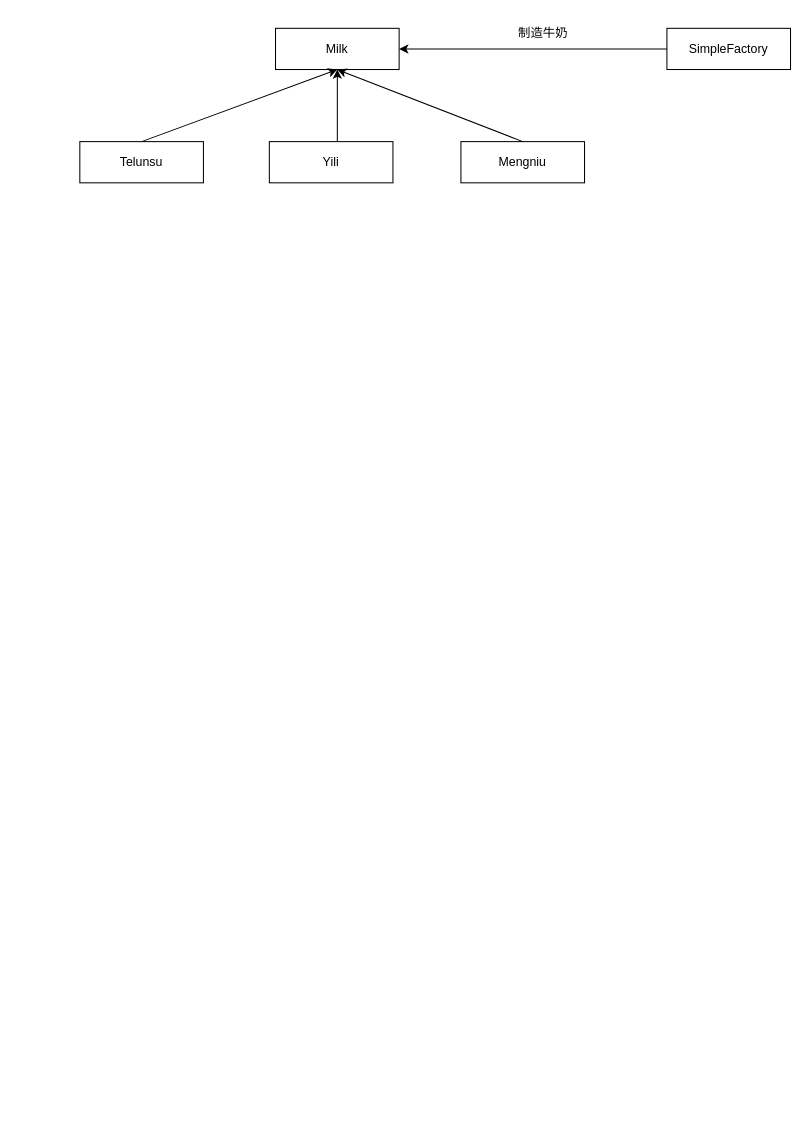
Earlier version of the draw.io diagram pattern/SingleFactory.drawio (CoralHu/java-edu-diagram). Source tidied: cells renumbered, new cells numbered last; positions are measured from the earlier drawing's top-left corner, leaving out a move shared by most shapes. Both pictures are drawn from the tidied source at 103%, with x=0, y=0 at pixel (79, 18).
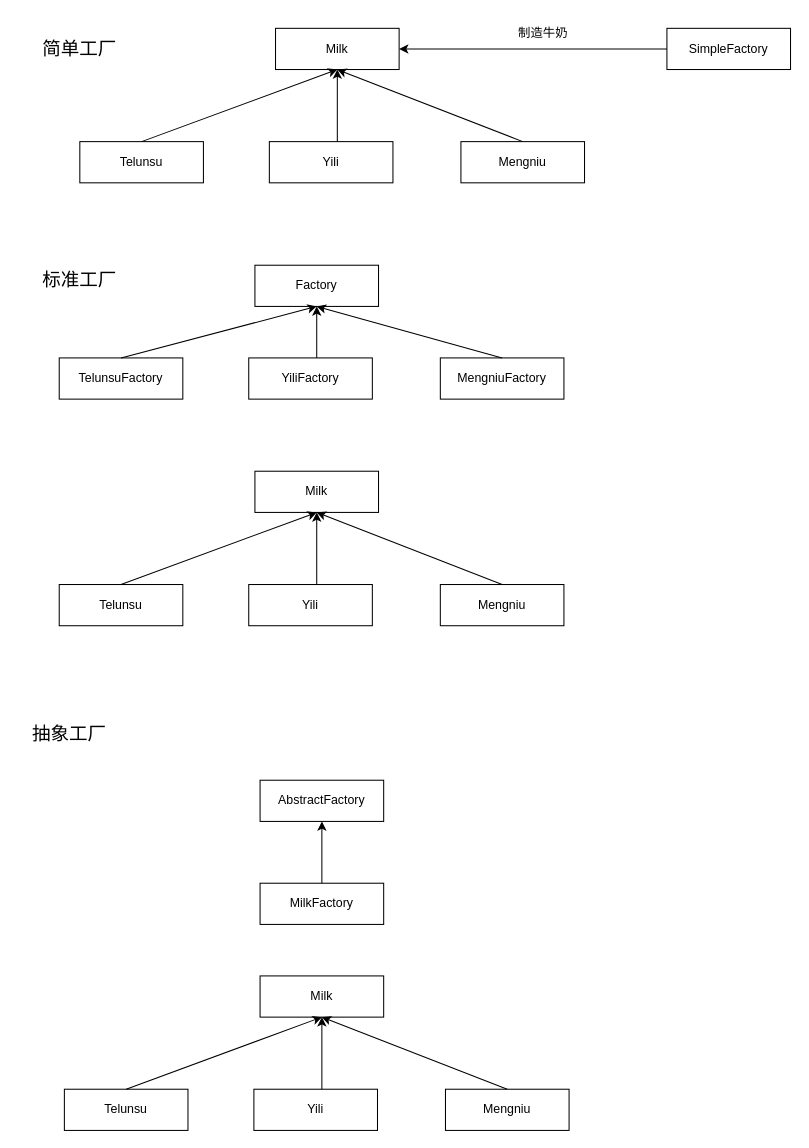
The same page after the edit.

What changed in the source:
```diff
@@
+    <mxCell id="12" value="TelunsuFactory" style="rounded=0;whiteSpace=wrap;html=1;" parent="1" vertex="1">
+      <mxGeometry x="-20" y="330" width="120" height="40" as="geometry" />
+    </mxCell>
+    <mxCell id="13" value="YiliFactory" style="rounded=0;whiteSpace=wrap;html=1;" parent="1" vertex="1">
+      <mxGeometry x="164" y="330" width="120" height="40" as="geometry" />
+    </mxCell>
+    <mxCell id="14" value="MengniuFactory" style="rounded=0;whiteSpace=wrap;html=1;" parent="1" vertex="1">
+      <mxGeometry x="350" y="330" width="120" height="40" as="geometry" />
+    </mxCell>
+    <mxCell id="15" value="&lt;pre style=&quot;background-color: rgb(255 , 255 , 255) ; font-family: &amp;#34;arial monospaced for sap&amp;#34; ; font-size: 9pt&quot;&gt;Factory&lt;/pre&gt;" style="rounded=0;whiteSpace=wrap;html=1;" parent="1" vertex="1">
+      <mxGeometry x="170" y="240" width="120" height="40" as="geometry" />
+    </mxCell>
+    <mxCell id="16" value="Milk" style="rounded=0;whiteSpace=wrap;html=1;" parent="1" vertex="1">
+      <mxGeometry x="170" y="440" width="120" height="40" as="geometry" />
+    </mxCell>
+    <mxCell id="17" value="Telunsu" style="rounded=0;whiteSpace=wrap;html=1;" parent="1" vertex="1">
+      <mxGeometry x="-20" y="550" width="120" height="40" as="geometry" />
+    </mxCell>
+    <mxCell id="18" value="Yili" style="rounded=0;whiteSpace=wrap;html=1;" parent="1" vertex="1">
+      <mxGeometry x="164" y="550" width="120" height="40" as="geometry" />
+    </mxCell>
+    <mxCell id="19" value="Mengniu" style="rounded=0;whiteSpace=wrap;html=1;" parent="1" vertex="1">
+      <mxGeometry x="350" y="550" width="120" height="40" as="geometry" />
+    </mxCell>
+    <mxCell id="20" style="endArrow=classic;html=1;rounded=0;exitX=0.5;exitY=0;exitDx=0;exitDy=0;entryX=0.5;entryY=1;entryDx=0;entryDy=0;" parent="1" edge="1" source="17" target="16">
+      <mxGeometry relative="1" as="geometry" />
+    </mxCell>
+    <mxCell id="21" style="endArrow=classic;html=1;rounded=0;entryX=0.5;entryY=1;entryDx=0;entryDy=0;" parent="1" edge="1" target="16">
+      <mxGeometry relative="1" as="geometry">
+        <mxPoint x="230" y="550" as="sourcePoint" />
+      </mxGeometry>
+    </mxCell>
+    <mxCell id="22" style="endArrow=classic;html=1;rounded=0;entryX=0.5;entryY=1;entryDx=0;entryDy=0;exitX=0.5;exitY=0;exitDx=0;exitDy=0;" parent="1" edge="1" source="19" target="16">
+      <mxGeometry relative="1" as="geometry" />
+    </mxCell>
+    <mxCell id="23" style="endArrow=classic;html=1;rounded=0;entryX=0.5;entryY=1;entryDx=0;entryDy=0;" parent="1" edge="1" target="15">
+      <mxGeometry relative="1" as="geometry">
+        <mxPoint x="230" y="330" as="sourcePoint" />
+      </mxGeometry>
+    </mxCell>
+    <mxCell id="24" style="endArrow=classic;html=1;rounded=0;entryX=0.5;entryY=1;entryDx=0;entryDy=0;exitX=0.5;exitY=0;exitDx=0;exitDy=0;" parent="1" edge="1" source="12" target="15">
+      <mxGeometry relative="1" as="geometry" />
+    </mxCell>
+    <mxCell id="25" style="endArrow=classic;html=1;rounded=0;entryX=0.5;entryY=1;entryDx=0;entryDy=0;exitX=0.5;exitY=0;exitDx=0;exitDy=0;" parent="1" edge="1" source="14" target="15">
+      <mxGeometry relative="1" as="geometry" />
+    </mxCell>
+    <mxCell id="26" value="&lt;font style=&quot;font-size: 18px&quot;&gt;简单工厂&lt;/font&gt;" style="text;html=1;strokeColor=none;fillColor=none;align=center;verticalAlign=middle;whiteSpace=wrap;rounded=0;" parent="1" vertex="1">
+      <mxGeometry x="-50" y="15" width="100" height="30" as="geometry" />
+    </mxCell>
+    <mxCell id="27" value="&lt;font style=&quot;font-size: 18px&quot;&gt;标准工厂&lt;/font&gt;" style="text;html=1;strokeColor=none;fillColor=none;align=center;verticalAlign=middle;whiteSpace=wrap;rounded=0;" parent="1" vertex="1">
+      <mxGeometry x="-50" y="240" width="100" height="30" as="geometry" />
+    </mxCell>
+    <mxCell id="28" value="&lt;font style=&quot;font-size: 18px&quot;&gt;抽象工厂&lt;/font&gt;" style="text;html=1;strokeColor=none;fillColor=none;align=center;verticalAlign=middle;whiteSpace=wrap;rounded=0;" parent="1" vertex="1">
+      <mxGeometry x="-60" y="680" width="100" height="30" as="geometry" />
+    </mxCell>
+    <mxCell id="29" value="Milk" style="rounded=0;whiteSpace=wrap;html=1;" parent="1" vertex="1">
+      <mxGeometry x="175" y="930" width="120" height="40" as="geometry" />
+    </mxCell>
+    <mxCell id="30" value="Telunsu" style="rounded=0;whiteSpace=wrap;html=1;" parent="1" vertex="1">
+      <mxGeometry x="-15" y="1040" width="120" height="40" as="geometry" />
+    </mxCell>
+    <mxCell id="31" value="Yili" style="rounded=0;whiteSpace=wrap;html=1;" parent="1" vertex="1">
+      <mxGeometry x="169" y="1040" width="120" height="40" as="geometry" />
+    </mxCell>
+    <mxCell id="32" value="Mengniu" style="rounded=0;whiteSpace=wrap;html=1;" parent="1" vertex="1">
+      <mxGeometry x="355" y="1040" width="120" height="40" as="geometry" />
+    </mxCell>
+    <mxCell id="33" style="endArrow=classic;html=1;rounded=0;exitX=0.5;exitY=0;exitDx=0;exitDy=0;entryX=0.5;entryY=1;entryDx=0;entryDy=0;" parent="1" edge="1" source="30" target="29">
+      <mxGeometry relative="1" as="geometry" />
+    </mxCell>
+    <mxCell id="34" style="endArrow=classic;html=1;rounded=0;entryX=0.5;entryY=1;entryDx=0;entryDy=0;" parent="1" edge="1" target="29">
+      <mxGeometry relative="1" as="geometry">
+        <mxPoint x="235" y="1040" as="sourcePoint" />
+      </mxGeometry>
+    </mxCell>
+    <mxCell id="35" style="endArrow=classic;html=1;rounded=0;entryX=0.5;entryY=1;entryDx=0;entryDy=0;exitX=0.5;exitY=0;exitDx=0;exitDy=0;" parent="1" edge="1" source="32" target="29">
+      <mxGeometry relative="1" as="geometry" />
+    </mxCell>
+    <mxCell id="36" value="&lt;pre style=&quot;background-color: rgb(255 , 255 , 255) ; font-family: &amp;#34;arial monospaced for sap&amp;#34; ; font-size: 9pt&quot;&gt;MilkFactory&lt;/pre&gt;" style="rounded=0;whiteSpace=wrap;html=1;" parent="1" vertex="1">
+      <mxGeometry x="175" y="840" width="120" height="40" as="geometry" />
+    </mxCell>
+    <mxCell id="37" value="&lt;pre style=&quot;background-color: rgb(255 , 255 , 255) ; font-family: &amp;#34;arial monospaced for sap&amp;#34; ; font-size: 9pt&quot;&gt;AbstractFactory&lt;/pre&gt;" style="rounded=0;whiteSpace=wrap;html=1;" parent="1" vertex="1">
+      <mxGeometry x="175" y="740" width="120" height="40" as="geometry" />
+    </mxCell>
+    <mxCell id="38" style="endArrow=classic;html=1;rounded=0;entryX=0.5;entryY=1;entryDx=0;entryDy=0;exitX=0.5;exitY=0;exitDx=0;exitDy=0;" parent="1" edge="1" source="36" target="37">
+      <mxGeometry relative="1" as="geometry" />
+    </mxCell>
```
